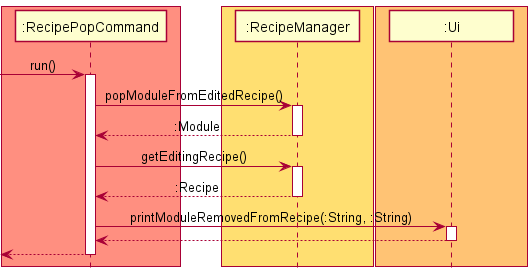
Earlier version of the PlantUML export docs/images/dg/RecipePopCommand.png (rizemon/tp). The source it was exported from:
```plantuml
@startuml
!include ../../Style.puml

box LOGIC_COLOR
Participant ":RecipePopCommand" as RecipePopCommand
end box
box RECIPE_COLOR
Participant ":RecipeManager" as RecipeManager
end box
box UI_COLOR
Participant ":Ui" as Ui
end box

-> RecipePopCommand: run()
activate RecipePopCommand

RecipePopCommand -> RecipeManager: popModuleFromEditedRecipe()
activate RecipeManager
RecipePopCommand <-- RecipeManager: :Module
deactivate RecipeManager

RecipePopCommand -> RecipeManager: getEditingRecipe()
activate RecipeManager
RecipePopCommand <-- RecipeManager: :Recipe
deactivate RecipeManager

RecipePopCommand -> Ui: printModuleRemovedFromRecipe(:String, :String)
activate Ui
RecipePopCommand <-- Ui
deactivate Ui

<-- RecipePopCommand
deactivate RecipePopCommand

@enduml
```
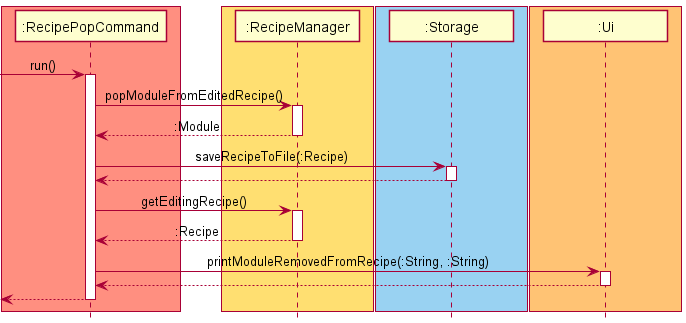
The same diagram one commit later.

Change to the diagram source:
```diff
@@ -6,6 +6,9 @@
 end box
 box RECIPE_COLOR
 Participant ":RecipeManager" as RecipeManager
+end box
+box STORAGE_COLOR
+Participant ":Storage" as Storage
 end box
 box UI_COLOR
 Participant ":Ui" as Ui
@@ -18,6 +21,11 @@
 activate RecipeManager
 RecipePopCommand <-- RecipeManager: :Module
 deactivate RecipeManager
+
+RecipePopCommand -> Storage: saveRecipeToFile(:Recipe)
+activate Storage
+RecipePopCommand <-- Storage
+deactivate Storage
 
 RecipePopCommand -> RecipeManager: getEditingRecipe()
 activate RecipeManager
```
